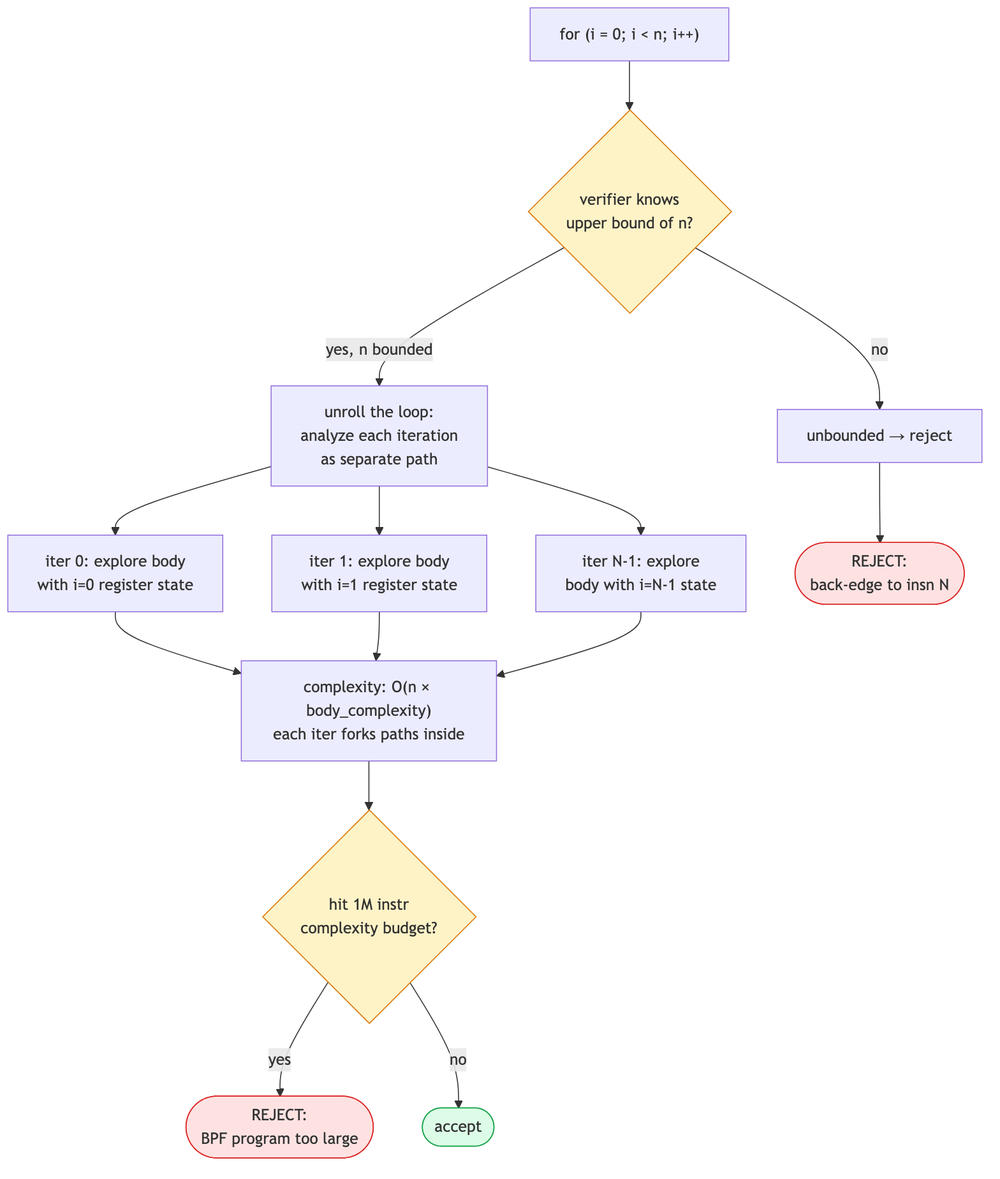
Earlier version of the Mermaid export ebpf/src/diagrams/day05_path_explosion.png (biefy/books). Its source is kept beside it as ebpf/src/diagrams/src/day05_path_explosion.mmd.
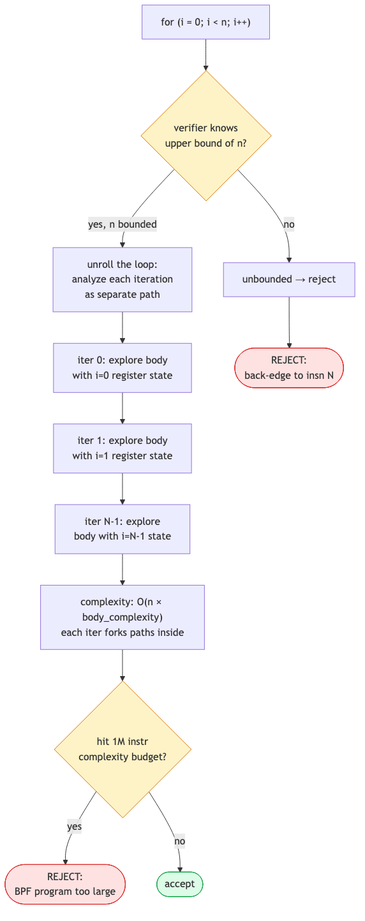
After the change.

The edit, as a diff of the source:
```diff
@@ -14,10 +14,8 @@
     Choice -->|yes, n bounded| Yes
     Choice -->|no| No
     Yes --> Path1
-    Yes --> Path2
-    Yes --> PathN
-    Path1 --> Cost
-    Path2 --> Cost
+    Path1 --> Path2
+    Path2 --> PathN
     PathN --> Cost
     Cost --> Limit{"hit 1M instr<br/>complexity budget?"}
     Limit -->|yes| Reject(["REJECT:<br/>BPF program too large"])
```
